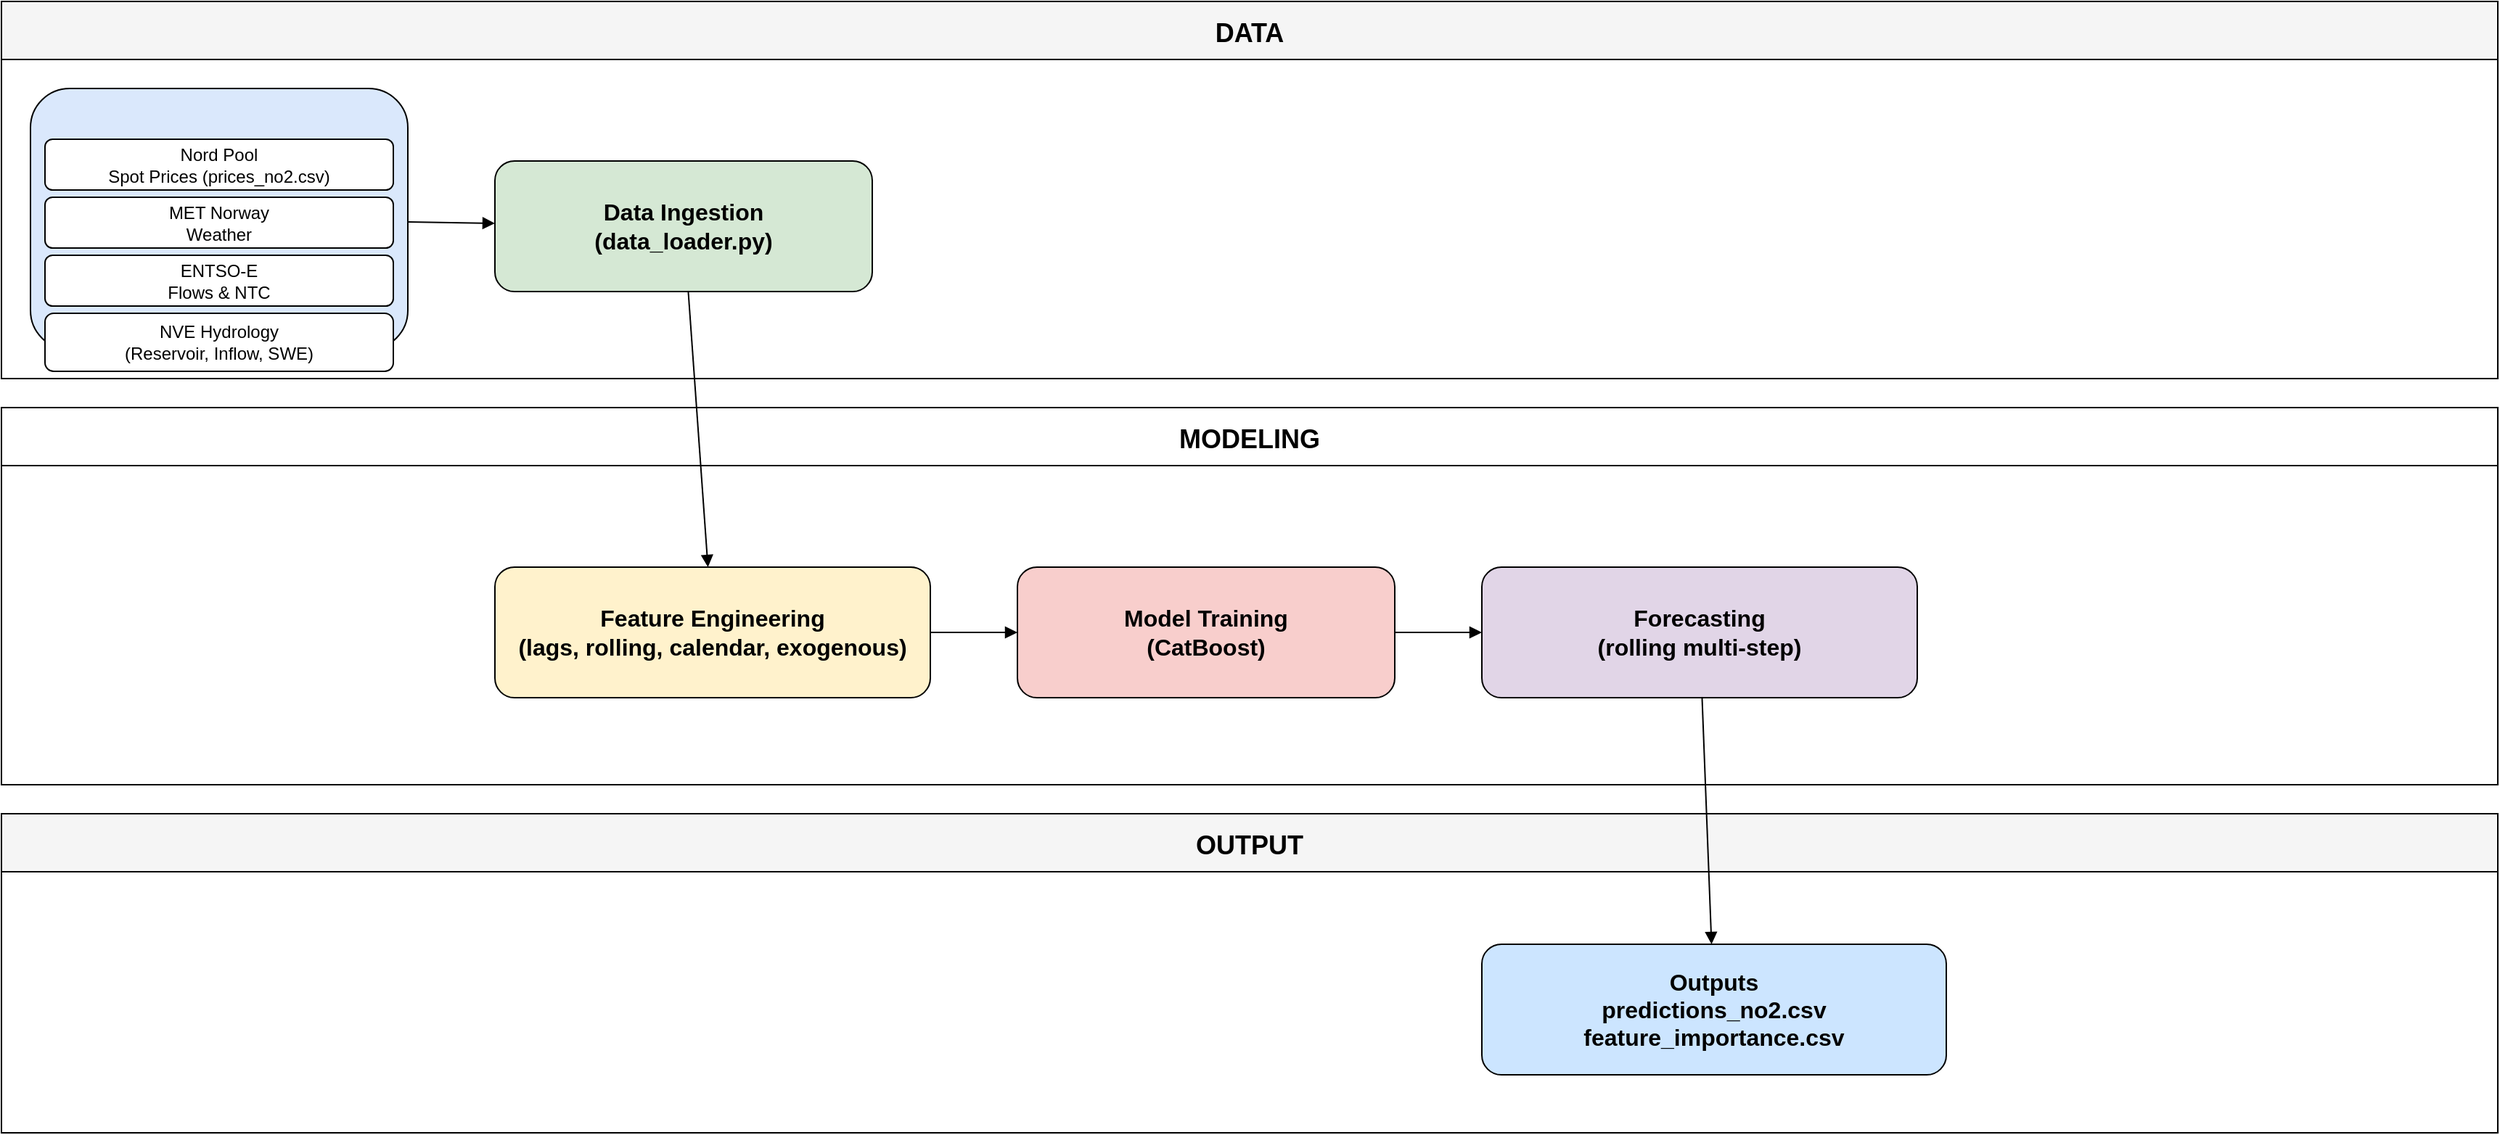
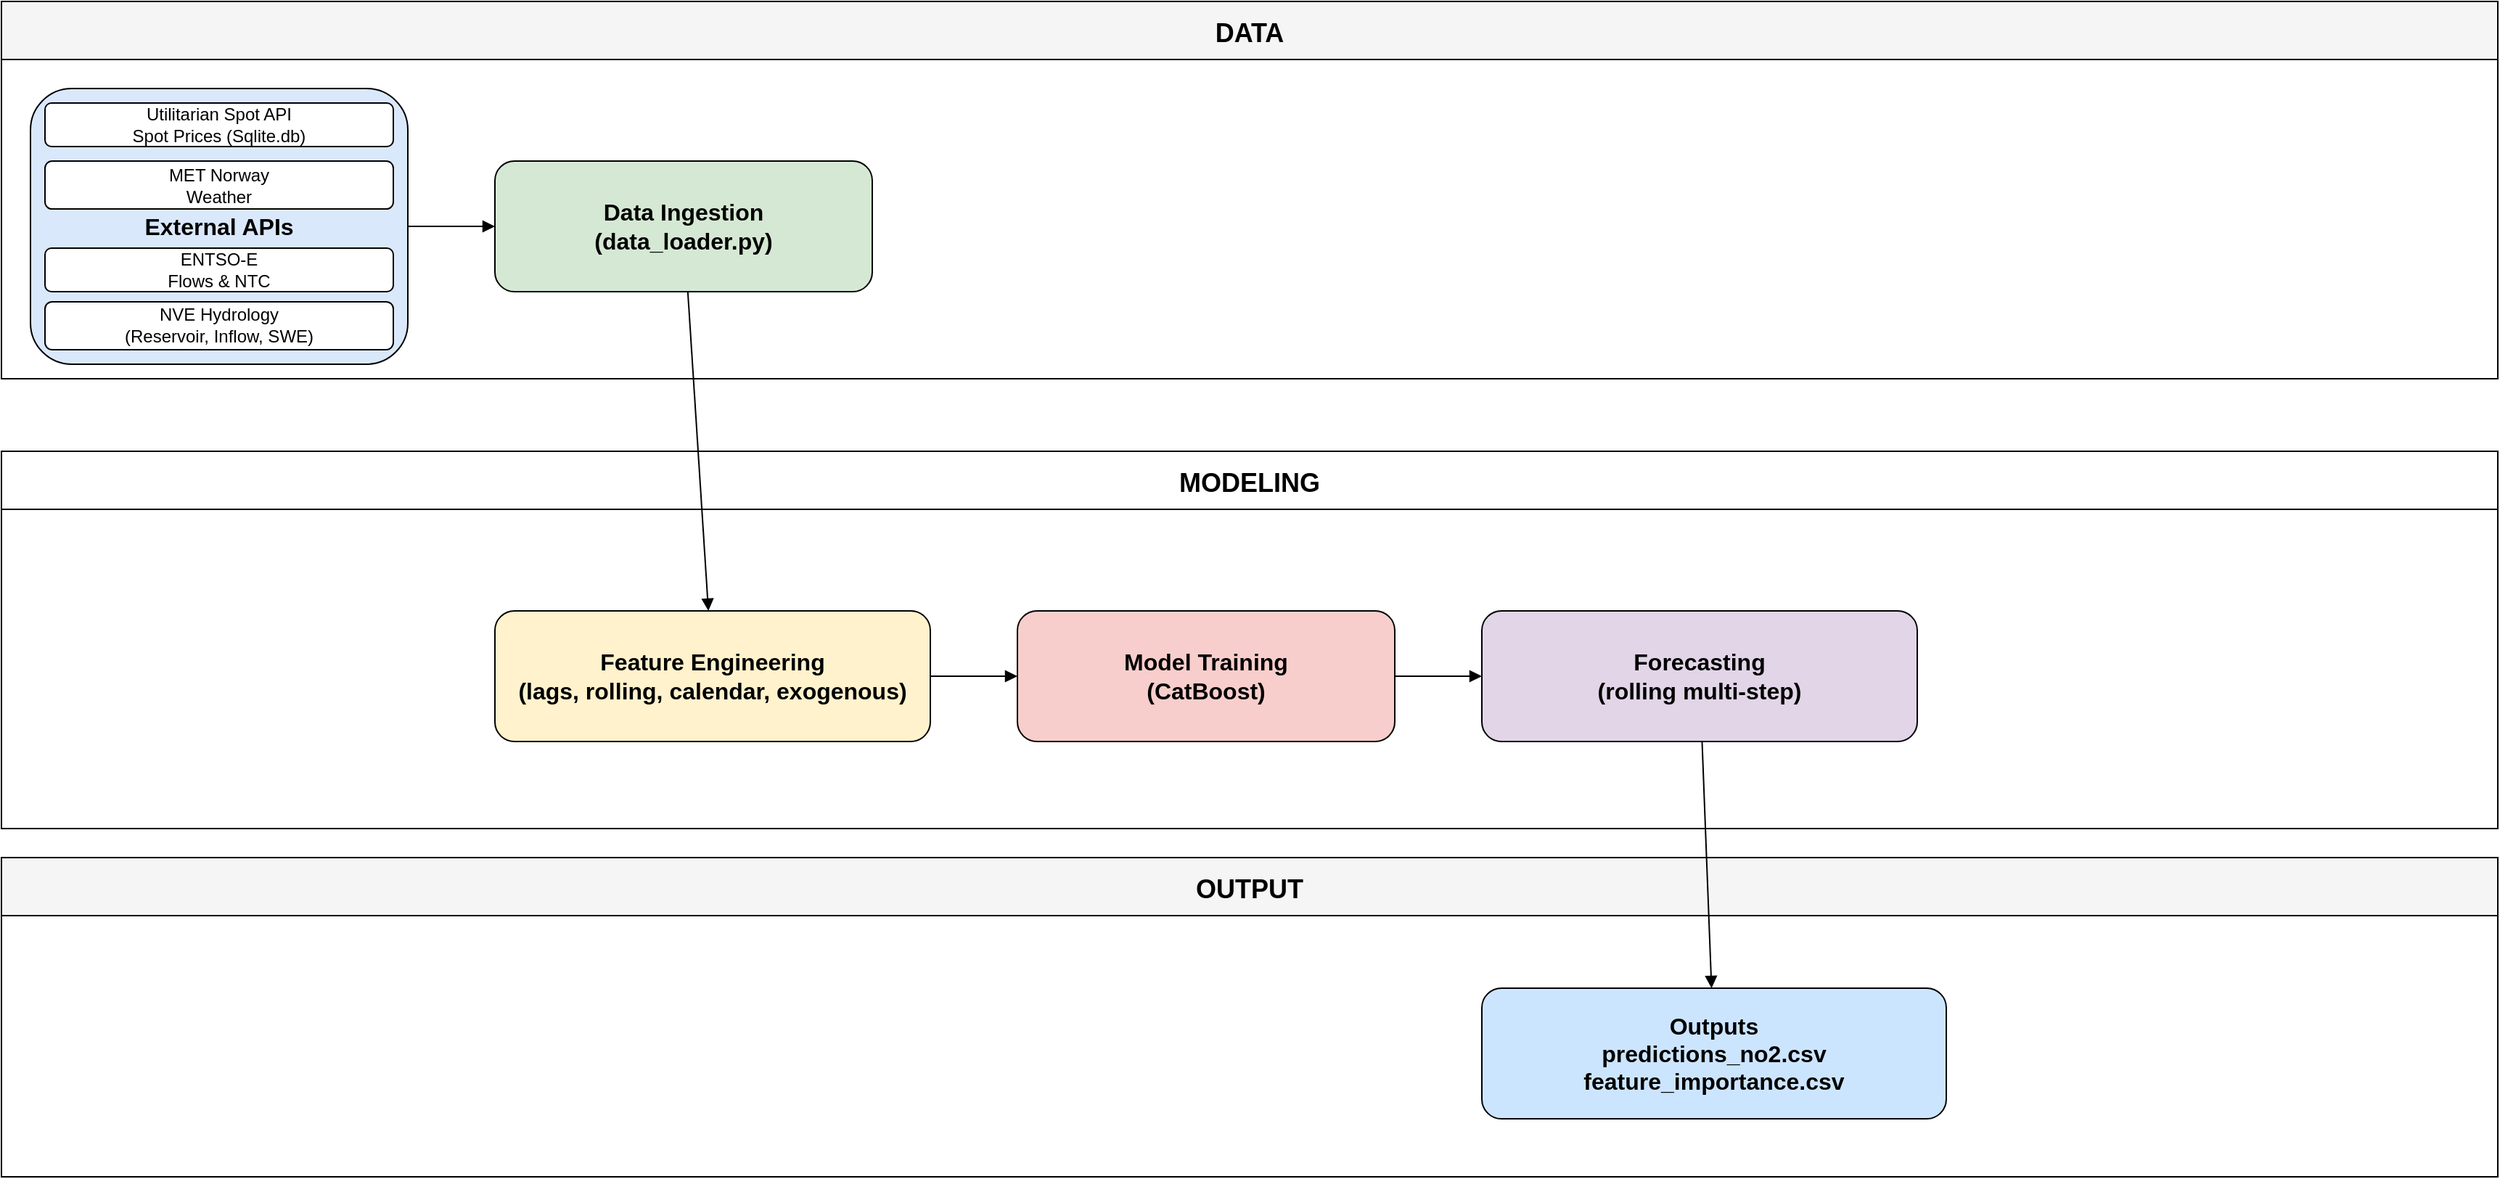
<mxfile host="65bd71144e">
    <diagram id="cSwg0_RF1uVXhF2rL05V" name="NO2 Forecasting Pipeline">
-         <mxGraphModel dx="996" dy="1113" grid="1" gridSize="10" guides="1" tooltips="1" connect="1" arrows="1" fold="1" page="1" pageScale="1" pageWidth="850" pageHeight="1100" math="0" shadow="0">
+         <mxGraphModel dx="1326" dy="1740" grid="1" gridSize="10" guides="1" tooltips="1" connect="1" arrows="1" fold="1" page="1" pageScale="1" pageWidth="850" pageHeight="1100" math="0" shadow="0">
            <root>
                <mxCell id="0"/>
                <mxCell id="1" parent="0"/>
                <mxCell id="2" value="DATA" style="swimlane;horizontal=1;startSize=40;fillColor=#f5f5f5;fontSize=18;fontStyle=1;" parent="1" vertex="1">
-                     <mxGeometry x="20" y="20" width="1720" height="260" as="geometry"/>
+                     <mxGeometry x="20" y="-10" width="1720" height="260" as="geometry"/>
                </mxCell>
                <mxCell id="3" value="External APIs" style="rounded=1;whiteSpace=wrap;html=1;fillColor=#dae8fc;fontSize=16;fontStyle=1" parent="2" vertex="1">
-                     <mxGeometry x="20" y="60" width="260" height="180" as="geometry"/>
+                     <mxGeometry x="20" y="60" width="260" height="190" as="geometry"/>
                </mxCell>
-                 <mxCell id="4" value="Nord Pool&lt;br&gt;Spot Prices (prices_no2.csv)" style="rounded=1;whiteSpace=wrap;html=1;" parent="3" vertex="1">
-                     <mxGeometry x="10" y="35" width="240" height="35" as="geometry"/>
+                 <mxCell id="4" value="Utilitarian Spot API&lt;br&gt;Spot Prices (Sqlite.db)" style="rounded=1;whiteSpace=wrap;html=1;" parent="3" vertex="1">
+                     <mxGeometry x="10" y="10" width="240" height="30" as="geometry"/>
                </mxCell>
                <mxCell id="5" value="MET Norway&#xa;Weather" style="rounded=1;whiteSpace=wrap;html=1;" parent="3" vertex="1">
-                     <mxGeometry x="10" y="75" width="240" height="35" as="geometry"/>
+                     <mxGeometry x="10" y="50" width="240" height="33.06" as="geometry"/>
                </mxCell>
                <mxCell id="6" value="ENTSO-E&#xa;Flows &amp; NTC" style="rounded=1;whiteSpace=wrap;html=1;" parent="3" vertex="1">
-                     <mxGeometry x="10" y="115" width="240" height="35" as="geometry"/>
+                     <mxGeometry x="10" y="110" width="240" height="30" as="geometry"/>
                </mxCell>
                <mxCell id="7" value="NVE Hydrology&#xa;(Reservoir, Inflow, SWE)" style="rounded=1;whiteSpace=wrap;html=1;" parent="3" vertex="1">
-                     <mxGeometry x="10" y="155" width="240" height="40" as="geometry"/>
+                     <mxGeometry x="10" y="146.95" width="240" height="33.05" as="geometry"/>
                </mxCell>
                <mxCell id="8" value="Data Ingestion&#xa;(data_loader.py)" style="rounded=1;whiteSpace=wrap;html=1;fillColor=#d5e8d4;fontSize=16;fontStyle=1" parent="2" vertex="1">
                    <mxGeometry x="340" y="110" width="260" height="90" as="geometry"/>
                </mxCell>
                <mxCell id="9" value="MODELING" style="swimlane;horizontal=1;startSize=40;fillColor=#ffffff;fontSize=18;fontStyle=1;" parent="1" vertex="1">
                    <mxGeometry x="20" y="300" width="1720" height="260" as="geometry"/>
                </mxCell>
                <mxCell id="10" value="Feature Engineering&#xa;(lags, rolling, calendar, exogenous)" style="rounded=1;whiteSpace=wrap;html=1;fillColor=#fff2cc;fontSize=16;fontStyle=1" parent="9" vertex="1">
                    <mxGeometry x="340" y="110" width="300" height="90" as="geometry"/>
                </mxCell>
                <mxCell id="11" value="Model Training&#xa;(CatBoost)" style="rounded=1;whiteSpace=wrap;html=1;fillColor=#f8cecc;fontSize=16;fontStyle=1" parent="9" vertex="1">
                    <mxGeometry x="700" y="110" width="260" height="90" as="geometry"/>
                </mxCell>
                <mxCell id="12" value="Forecasting&#xa;(rolling multi-step)" style="rounded=1;whiteSpace=wrap;html=1;fillColor=#e1d5e7;fontSize=16;fontStyle=1" parent="9" vertex="1">
                    <mxGeometry x="1020" y="110" width="300" height="90" as="geometry"/>
                </mxCell>
                <mxCell id="13" value="OUTPUT" style="swimlane;horizontal=1;startSize=40;fillColor=#f5f5f5;fontSize=18;fontStyle=1;" parent="1" vertex="1">
                    <mxGeometry x="20" y="580" width="1720" height="220" as="geometry"/>
                </mxCell>
                <mxCell id="14" value="Outputs&#xa;predictions_no2.csv&#xa;feature_importance.csv" style="rounded=1;whiteSpace=wrap;html=1;fillColor=#cce5ff;fontSize=16;fontStyle=1" parent="13" vertex="1">
                    <mxGeometry x="1020" y="90" width="320" height="90" as="geometry"/>
                </mxCell>
                <mxCell id="15" style="endArrow=block;" parent="1" source="3" target="8" edge="1">
                    <mxGeometry relative="1" as="geometry"/>
                </mxCell>
                <mxCell id="16" style="endArrow=block;" parent="1" source="8" target="10" edge="1">
                    <mxGeometry relative="1" as="geometry"/>
                </mxCell>
                <mxCell id="17" style="endArrow=block;" parent="1" source="10" target="11" edge="1">
                    <mxGeometry relative="1" as="geometry"/>
                </mxCell>
                <mxCell id="18" style="endArrow=block;" parent="1" source="11" target="12" edge="1">
                    <mxGeometry relative="1" as="geometry"/>
                </mxCell>
                <mxCell id="19" style="endArrow=block;" parent="1" source="12" target="14" edge="1">
                    <mxGeometry relative="1" as="geometry"/>
                </mxCell>
            </root>
        </mxGraphModel>
    </diagram>
</mxfile>